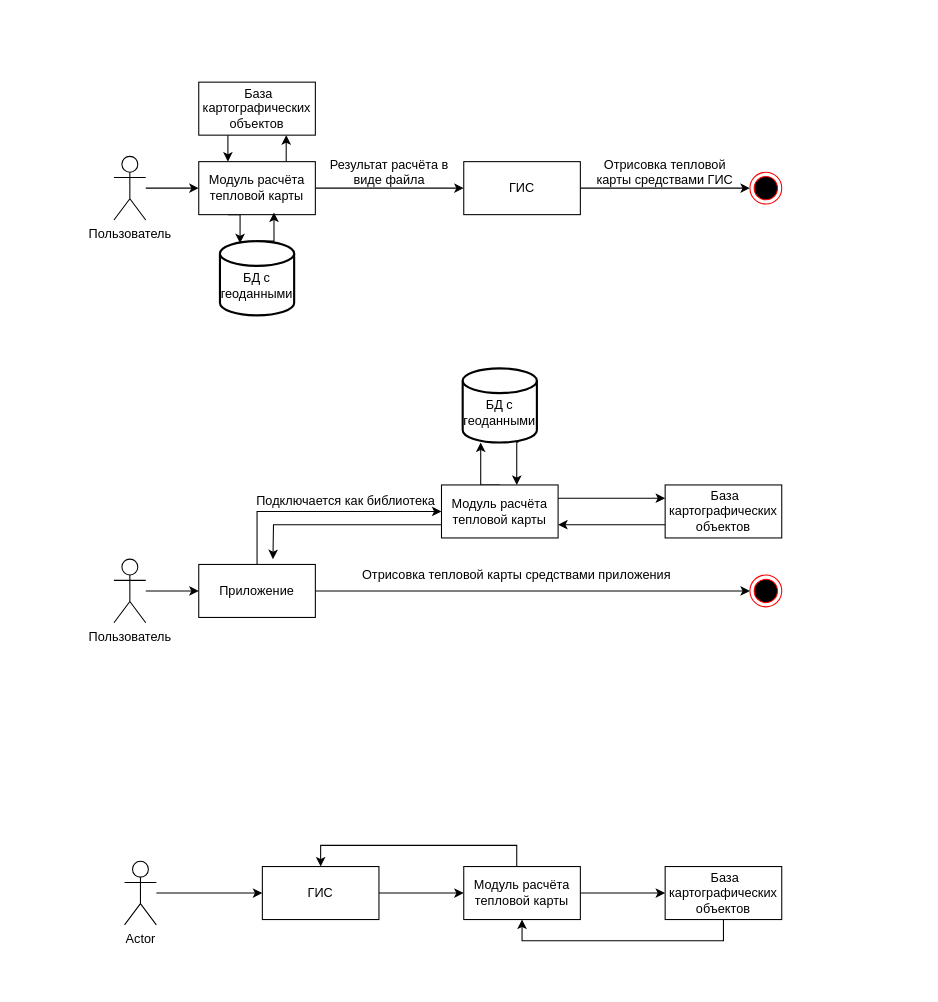
KirMaid/OsmApiClient keeps this draw.io diagram as Диаграмма артитектуры модуля.drawio. Above is the earlier version. Source tidied: cells renumbered, new cells numbered last; positions are measured from the earlier drawing's top-left corner, leaving out a move shared by most shapes. Both pictures are drawn from the tidied source at 106%, with x=0, y=0 at pixel (113, 82).
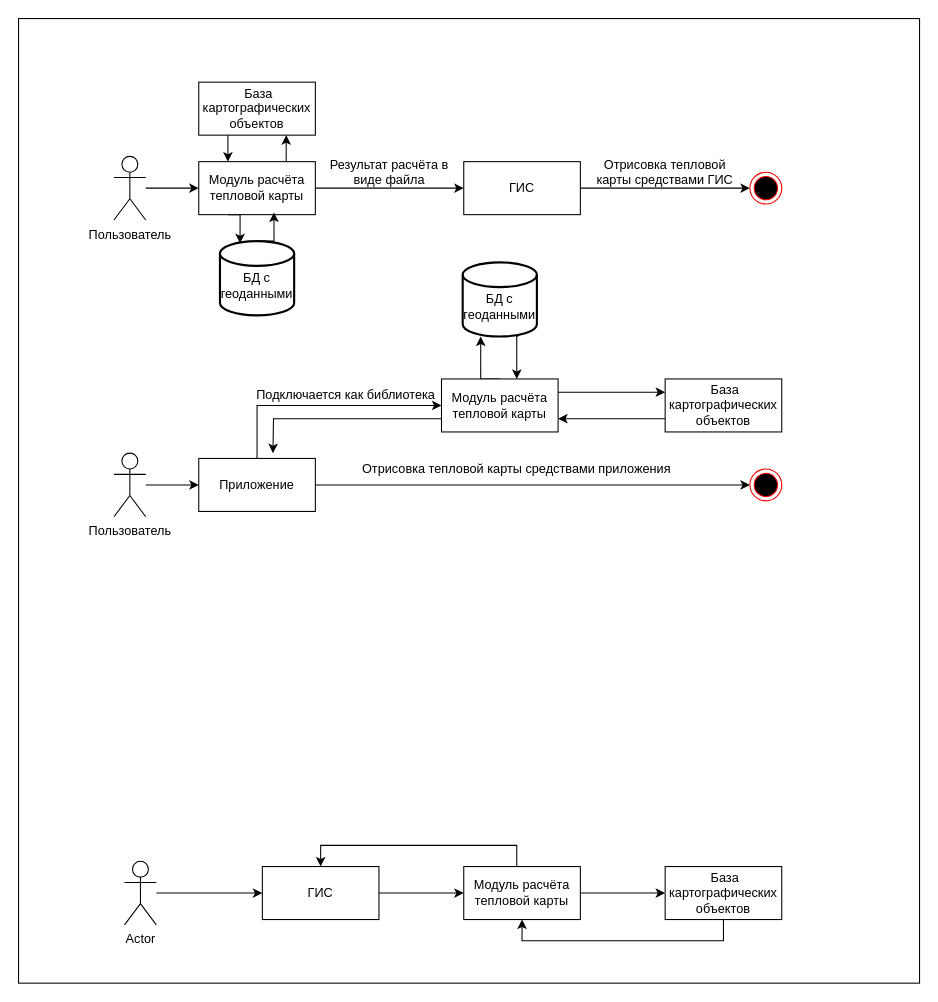
After the change.

Change to the diagram source:
```diff
@@
+    <mxCell id="42" style="rounded=0;whiteSpace=wrap;html=1;" parent="1" vertex="1">
+      <mxGeometry x="-90" y="-60" width="850" height="910" as="geometry" />
+    </mxCell>
@@
     <mxCell id="11" value="Подключается как библиотека" style="text;html=1;strokeColor=none;fillColor=none;align=center;verticalAlign=middle;whiteSpace=wrap;rounded=0;" parent="1" vertex="1">
-      <mxGeometry x="129" y="380" width="180" height="30" as="geometry" />
+      <mxGeometry x="129" y="280" width="180" height="30" as="geometry" />
     </mxCell>
@@
     <mxCell id="19" value="Пользователь" style="shape=umlActor;verticalLabelPosition=bottom;verticalAlign=top;html=1;" parent="1" vertex="1">
-      <mxGeometry y="450" width="30" height="60" as="geometry" />
+      <mxGeometry y="350" width="30" height="60" as="geometry" />
     </mxCell>
     <mxCell id="20" style="edgeStyle=orthogonalEdgeStyle;rounded=0;jettySize=auto;html=1;entryX=0;entryY=0.5;entryDx=0;entryDy=0;" parent="1" edge="1" source="21" target="25">
       <mxGeometry relative="1" as="geometry">
         <Array as="points">
-          <mxPoint x="135" y="405" />
+          <mxPoint x="135" y="305" />
         </Array>
       </mxGeometry>
     </mxCell>
     <mxCell id="21" value="Приложение" style="html=1;whiteSpace=wrap;" parent="1" vertex="1">
-      <mxGeometry x="80" y="455" width="110" height="50" as="geometry" />
+      <mxGeometry x="80" y="355" width="110" height="50" as="geometry" />
     </mxCell>
@@
     <mxCell id="23" style="edgeStyle=orthogonalEdgeStyle;rounded=0;jettySize=auto;html=1;exitX=0;exitY=0.75;exitDx=0;exitDy=0;" parent="1" edge="1" source="25">
       <mxGeometry relative="1" as="geometry">
-        <mxPoint x="150" y="450" as="targetPoint" />
+        <mxPoint x="150" y="350" as="targetPoint" />
       </mxGeometry>
     </mxCell>
     <mxCell id="24" style="edgeStyle=orthogonalEdgeStyle;rounded=0;jettySize=auto;html=1;exitX=0.5;exitY=0;exitDx=0;exitDy=0;entryX=0.243;entryY=1;entryDx=0;entryDy=0;entryPerimeter=0;" parent="1" edge="1" source="25" target="41">
       <mxGeometry relative="1" as="geometry">
         <Array as="points">
-          <mxPoint x="346" y="380" />
+          <mxPoint x="346" y="280" />
         </Array>
       </mxGeometry>
     </mxCell>
     <mxCell id="25" value="Модуль расчёта тепловой карты" style="html=1;whiteSpace=wrap;" parent="1" vertex="1">
-      <mxGeometry x="309" y="380" width="110" height="50" as="geometry" />
+      <mxGeometry x="309" y="280" width="110" height="50" as="geometry" />
     </mxCell>
@@
     <mxCell id="27" value="&amp;nbsp;База картографических объектов" style="html=1;whiteSpace=wrap;" parent="1" vertex="1">
-      <mxGeometry x="520" y="380" width="110" height="50" as="geometry" />
+      <mxGeometry x="520" y="280" width="110" height="50" as="geometry" />
     </mxCell>
@@
     <mxCell id="35" style="edgeStyle=orthogonalEdgeStyle;rounded=0;jettySize=auto;html=1;exitX=0;exitY=1;exitDx=0;exitDy=0;entryX=0;entryY=0.5;entryDx=0;entryDy=0;" parent="1" edge="1" source="36" target="37">
       <mxGeometry relative="1" as="geometry">
         <Array as="points">
-          <mxPoint x="350" y="480" />
-          <mxPoint x="350" y="480" />
+          <mxPoint x="350" y="380" />
+          <mxPoint x="350" y="380" />
         </Array>
       </mxGeometry>
     </mxCell>
     <mxCell id="36" value="Отрисовка тепловой карты средствами приложения" style="text;html=1;strokeColor=none;fillColor=none;align=center;verticalAlign=middle;whiteSpace=wrap;rounded=0;" parent="1" vertex="1">
-      <mxGeometry x="190" y="450" width="380" height="30" as="geometry" />
+      <mxGeometry x="190" y="350" width="380" height="30" as="geometry" />
     </mxCell>
     <mxCell id="37" style="ellipse;html=1;shape=endState;fillColor=#000000;strokeColor=#ff0000;" parent="1" vertex="1">
-      <mxGeometry x="600" y="465" width="30" height="30" as="geometry" />
+      <mxGeometry x="600" y="365" width="30" height="30" as="geometry" />
     </mxCell>
@@
     <mxCell id="40" style="edgeStyle=orthogonalEdgeStyle;rounded=0;jettySize=auto;html=1;exitX=0.757;exitY=0.986;exitDx=0;exitDy=0;exitPerimeter=0;" parent="1" edge="1" source="41">
       <mxGeometry relative="1" as="geometry">
-        <mxPoint x="380" y="380" as="targetPoint" />
+        <mxPoint x="380" y="280" as="targetPoint" />
         <Array as="points">
-          <mxPoint x="380" y="340" />
-          <mxPoint x="380" y="380" />
+          <mxPoint x="380" y="240" />
+          <mxPoint x="380" y="280" />
         </Array>
       </mxGeometry>
     </mxCell>
     <mxCell id="41" value="&lt;br&gt;БД с геоданными" style="strokeWidth=2;html=1;shape=mxgraph.flowchart.database;whiteSpace=wrap;" parent="1" vertex="1">
-      <mxGeometry x="329" y="270" width="70" height="70" as="geometry" />
+      <mxGeometry x="329" y="170" width="70" height="70" as="geometry" />
     </mxCell>
```
